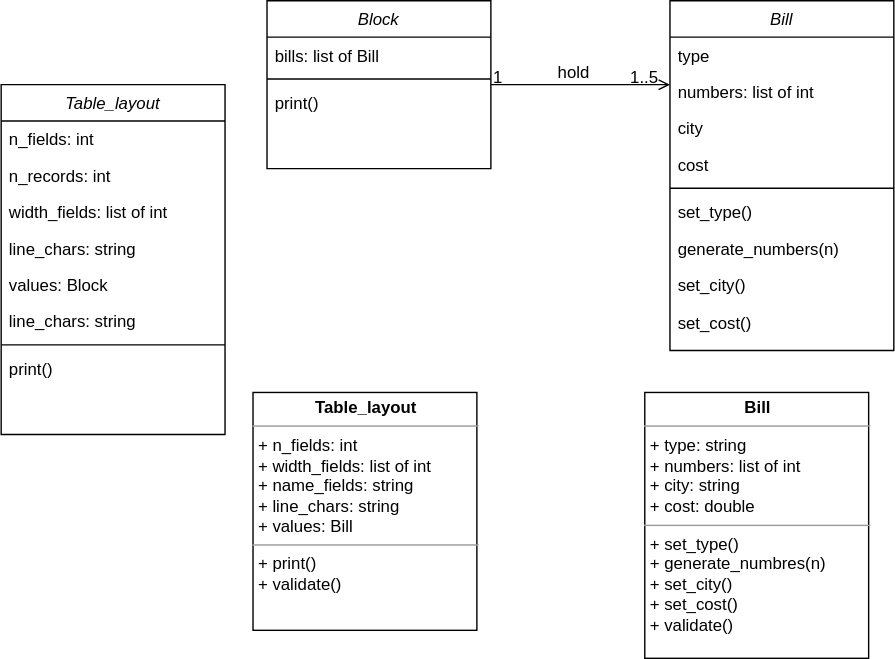
The draw.io diagram LottoDiagram_prova.svg in marcucci-dev/workbook, before a commit. Source tidied: cells renumbered, new cells last; positions are measured from the earlier drawing's top-left corner, leaving out a move shared by most shapes. Its diagram source:
```xml
<mxGraphModel>
  <root>
    <mxCell id="0" />
    <mxCell id="1" parent="0" />
    <mxCell id="2" value="Block" style="swimlane;fontStyle=2;align=center;verticalAlign=top;horizontal=1;startSize=26;rounded=0;shadow=0;strokeWidth=1;" parent="1" vertex="1">
      <mxGeometry x="190" width="160" height="120" as="geometry" />
    </mxCell>
    <mxCell id="3" value="bills: list of Bill" style="text;align=left;verticalAlign=top;spacingLeft=4;spacingRight=4;overflow=hidden;" parent="2" vertex="1">
      <mxGeometry y="26" width="160" height="26" as="geometry" />
    </mxCell>
    <mxCell id="4" style="line;html=1;strokeWidth=1;align=left;verticalAlign=middle;spacingTop=-1;spacingLeft=3;spacingRight=3;labelPosition=right;" parent="2" vertex="1">
      <mxGeometry y="52" width="160" height="8" as="geometry" />
    </mxCell>
    <mxCell id="5" value="print()" style="text;align=left;verticalAlign=top;spacingLeft=4;spacingRight=4;overflow=hidden;" parent="2" vertex="1">
      <mxGeometry y="60" width="160" height="26" as="geometry" />
    </mxCell>
    <mxCell id="6" value="Table_layout" style="swimlane;fontStyle=2;align=center;verticalAlign=top;horizontal=1;startSize=26;rounded=0;shadow=0;strokeWidth=1;" parent="1" vertex="1">
      <mxGeometry y="60" width="160" height="250" as="geometry" />
    </mxCell>
    <mxCell id="7" value="n_fields: int" style="text;align=left;verticalAlign=top;spacingLeft=4;spacingRight=4;overflow=hidden;" parent="6" vertex="1">
      <mxGeometry y="26" width="160" height="26" as="geometry" />
    </mxCell>
    <mxCell id="8" value="n_records: int" style="text;align=left;verticalAlign=top;spacingLeft=4;spacingRight=4;overflow=hidden;rounded=0;shadow=0;html=0;" parent="6" vertex="1">
      <mxGeometry y="52" width="160" height="26" as="geometry" />
    </mxCell>
    <mxCell id="9" value="width_fields: list of int" style="text;align=left;verticalAlign=top;spacingLeft=4;spacingRight=4;overflow=hidden;fontStyle=0;" parent="6" vertex="1">
      <mxGeometry y="78" width="160" height="26" as="geometry" />
    </mxCell>
    <mxCell id="10" value="line_chars: string" style="text;align=left;verticalAlign=top;spacingLeft=4;spacingRight=4;overflow=hidden;" parent="6" vertex="1">
      <mxGeometry y="104" width="160" height="26" as="geometry" />
    </mxCell>
    <mxCell id="11" value="values: Block" style="text;align=left;verticalAlign=top;spacingLeft=4;spacingRight=4;overflow=hidden;" parent="6" vertex="1">
      <mxGeometry y="130" width="160" height="26" as="geometry" />
    </mxCell>
    <mxCell id="12" value="line_chars: string" style="text;align=left;verticalAlign=top;spacingLeft=4;spacingRight=4;overflow=hidden;" parent="6" vertex="1">
      <mxGeometry y="156" width="160" height="26" as="geometry" />
    </mxCell>
    <mxCell id="13" style="line;html=1;strokeWidth=1;align=left;verticalAlign=middle;spacingTop=-1;spacingLeft=3;spacingRight=3;labelPosition=right;" parent="6" vertex="1">
      <mxGeometry y="182" width="160" height="8" as="geometry" />
    </mxCell>
    <mxCell id="14" value="print()" style="text;align=left;verticalAlign=top;spacingLeft=4;spacingRight=4;overflow=hidden;" parent="6" vertex="1">
      <mxGeometry y="190" width="160" height="26" as="geometry" />
    </mxCell>
    <mxCell id="15" value="Bill" style="swimlane;fontStyle=2;align=center;verticalAlign=top;horizontal=1;startSize=26;rounded=0;shadow=0;strokeWidth=1;" parent="1" vertex="1">
      <mxGeometry x="478" width="160" height="250" as="geometry" />
    </mxCell>
    <mxCell id="16" value="type" style="text;align=left;verticalAlign=top;spacingLeft=4;spacingRight=4;overflow=hidden;" parent="15" vertex="1">
      <mxGeometry y="26" width="160" height="26" as="geometry" />
    </mxCell>
    <mxCell id="17" value="numbers: list of int" style="text;align=left;verticalAlign=top;spacingLeft=4;spacingRight=4;overflow=hidden;rounded=0;shadow=0;html=0;" parent="15" vertex="1">
      <mxGeometry y="52" width="160" height="26" as="geometry" />
    </mxCell>
    <mxCell id="18" value="city" style="text;align=left;verticalAlign=top;spacingLeft=4;spacingRight=4;overflow=hidden;rounded=0;shadow=0;html=0;" parent="15" vertex="1">
      <mxGeometry y="78" width="160" height="26" as="geometry" />
    </mxCell>
    <mxCell id="19" value="cost" style="text;align=left;verticalAlign=top;spacingLeft=4;spacingRight=4;overflow=hidden;rounded=0;shadow=0;html=0;" parent="15" vertex="1">
      <mxGeometry y="104" width="160" height="26" as="geometry" />
    </mxCell>
    <mxCell id="20" style="line;html=1;strokeWidth=1;align=left;verticalAlign=middle;spacingTop=-1;spacingLeft=3;spacingRight=3;labelPosition=right;" parent="15" vertex="1">
      <mxGeometry y="130" width="160" height="8" as="geometry" />
    </mxCell>
    <mxCell id="21" value="set_type()" style="text;align=left;verticalAlign=top;spacingLeft=4;spacingRight=4;overflow=hidden;rounded=0;shadow=0;html=0;" parent="15" vertex="1">
      <mxGeometry y="138" width="160" height="26" as="geometry" />
    </mxCell>
    <mxCell id="22" value="generate_numbers(n)" style="text;align=left;verticalAlign=top;spacingLeft=4;spacingRight=4;overflow=hidden;" parent="15" vertex="1">
      <mxGeometry y="164" width="160" height="26" as="geometry" />
    </mxCell>
    <mxCell id="23" value="set_city()" style="text;align=left;verticalAlign=top;spacingLeft=4;spacingRight=4;overflow=hidden;" parent="15" vertex="1">
      <mxGeometry y="190" width="160" height="26" as="geometry" />
    </mxCell>
    <mxCell id="24" style="endArrow=open;shadow=0;strokeWidth=1;rounded=0;endFill=1;edgeStyle=elbowEdgeStyle;elbow=vertical;" parent="1" edge="1" source="2" target="15">
      <mxGeometry x="0.5" y="41" relative="1" as="geometry">
        <mxPoint x="-40" y="32" as="offset" />
      </mxGeometry>
    </mxCell>
    <mxCell id="25" value="1" style="align=left;verticalAlign=bottom;labelBackgroundColor=none;fontSize=12;" parent="24" vertex="1">
      <mxGeometry x="-1" relative="1" as="geometry">
        <mxPoint y="3" as="offset" />
      </mxGeometry>
    </mxCell>
    <mxCell id="26" value="1..5" style="align=right;verticalAlign=bottom;labelBackgroundColor=none;fontSize=12;" parent="24" vertex="1">
      <mxGeometry x="1" relative="1" as="geometry">
        <mxPoint x="-7" y="3" as="offset" />
      </mxGeometry>
    </mxCell>
    <mxCell id="27" value="hold" style="text;html=1;align=center;verticalAlign=middle;labelBackgroundColor=none;rounded=0;shadow=0;strokeWidth=1;fontSize=12;" parent="24" vertex="1">
      <mxGeometry x="0.5" y="49" relative="1" as="geometry">
        <mxPoint x="-38" y="40" as="offset" />
      </mxGeometry>
    </mxCell>
    <mxCell id="28" value="set_cost()" style="text;align=left;verticalAlign=top;spacingLeft=4;spacingRight=4;overflow=hidden;" parent="1" vertex="1">
      <mxGeometry x="478" y="217" width="160" height="27" as="geometry" />
    </mxCell>
    <mxCell id="29" value="&lt;p style=&quot;margin: 0px ; margin-top: 4px ; text-align: center&quot;&gt;&lt;b&gt;Bill&lt;/b&gt;&lt;/p&gt;&lt;hr size=&quot;1&quot;&gt;&lt;p style=&quot;margin: 0px ; margin-left: 4px&quot;&gt;+ type: string&lt;/p&gt;&lt;p style=&quot;margin: 0px ; margin-left: 4px&quot;&gt;+ numbers: list of int&lt;/p&gt;&lt;p style=&quot;margin: 0px ; margin-left: 4px&quot;&gt;+ city: string&lt;br&gt;&lt;/p&gt;&lt;p style=&quot;margin: 0px ; margin-left: 4px&quot;&gt;+ cost: double&lt;br&gt;&lt;/p&gt;&lt;hr size=&quot;1&quot;&gt;&lt;p style=&quot;margin: 0px ; margin-left: 4px&quot;&gt;+ set_type()&lt;br&gt;&lt;/p&gt;&lt;p style=&quot;margin: 0px ; margin-left: 4px&quot;&gt;+ generate_numbres(n)&lt;/p&gt;&lt;p style=&quot;margin: 0px ; margin-left: 4px&quot;&gt;+ set_city()&lt;/p&gt;&lt;p style=&quot;margin: 0px ; margin-left: 4px&quot;&gt;+ set_cost()&lt;/p&gt;&lt;p style=&quot;margin: 0px ; margin-left: 4px&quot;&gt;+ validate()&lt;br&gt;&lt;/p&gt;&lt;p style=&quot;margin: 0px ; margin-left: 4px&quot;&gt;&lt;br&gt;&lt;/p&gt;" style="verticalAlign=top;align=left;overflow=fill;fontSize=12;fontFamily=Helvetica;html=1;" parent="1" vertex="1">
      <mxGeometry x="460" y="280" width="160" height="190" as="geometry" />
    </mxCell>
    <mxCell id="30" value="&lt;p style=&quot;margin: 0px ; margin-top: 4px ; text-align: center&quot;&gt;&lt;b&gt;Table_layout&lt;/b&gt;&lt;/p&gt;&lt;hr size=&quot;1&quot;&gt;&lt;p style=&quot;margin: 0px ; margin-left: 4px&quot;&gt;+ n_fields: int&lt;/p&gt;&lt;p style=&quot;margin: 0px ; margin-left: 4px&quot;&gt;+ width_fields: list of int&lt;/p&gt;&lt;p style=&quot;margin: 0px ; margin-left: 4px&quot;&gt;+ name_fields: string&lt;br&gt;&lt;/p&gt;&lt;p style=&quot;margin: 0px ; margin-left: 4px&quot;&gt;+ line_chars: string&lt;br&gt;&lt;/p&gt;&lt;p style=&quot;margin: 0px ; margin-left: 4px&quot;&gt;+ values: Bill&lt;br&gt;&lt;/p&gt;&lt;hr size=&quot;1&quot;&gt;&lt;p style=&quot;margin: 0px ; margin-left: 4px&quot;&gt;+ print()&lt;br&gt;&lt;/p&gt;&lt;p style=&quot;margin: 0px ; margin-left: 4px&quot;&gt;+ validate()&lt;br&gt;&lt;/p&gt;&lt;p style=&quot;margin: 0px ; margin-left: 4px&quot;&gt;&lt;br&gt;&lt;/p&gt;" style="verticalAlign=top;align=left;overflow=fill;fontSize=12;fontFamily=Helvetica;html=1;" parent="1" vertex="1">
      <mxGeometry x="180" y="280" width="160" height="170" as="geometry" />
    </mxCell>
  </root>
</mxGraphModel>
```
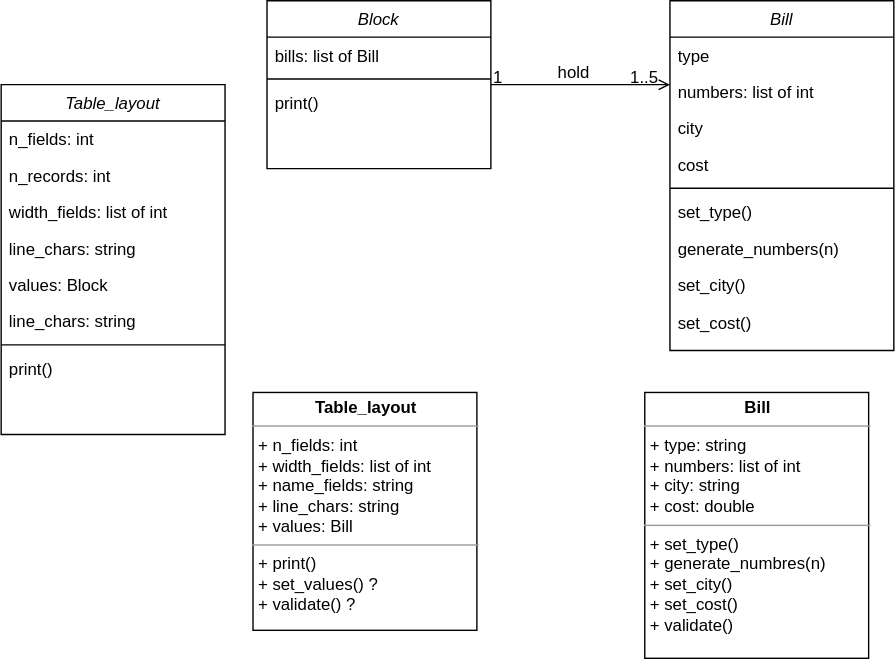
The same diagram one commit later.

Change to the diagram source:
```diff
@@ -94,7 +94,7 @@
     <mxCell id="29" value="&lt;p style=&quot;margin: 0px ; margin-top: 4px ; text-align: center&quot;&gt;&lt;b&gt;Bill&lt;/b&gt;&lt;/p&gt;&lt;hr size=&quot;1&quot;&gt;&lt;p style=&quot;margin: 0px ; margin-left: 4px&quot;&gt;+ type: string&lt;/p&gt;&lt;p style=&quot;margin: 0px ; margin-left: 4px&quot;&gt;+ numbers: list of int&lt;/p&gt;&lt;p style=&quot;margin: 0px ; margin-left: 4px&quot;&gt;+ city: string&lt;br&gt;&lt;/p&gt;&lt;p style=&quot;margin: 0px ; margin-left: 4px&quot;&gt;+ cost: double&lt;br&gt;&lt;/p&gt;&lt;hr size=&quot;1&quot;&gt;&lt;p style=&quot;margin: 0px ; margin-left: 4px&quot;&gt;+ set_type()&lt;br&gt;&lt;/p&gt;&lt;p style=&quot;margin: 0px ; margin-left: 4px&quot;&gt;+ generate_numbres(n)&lt;/p&gt;&lt;p style=&quot;margin: 0px ; margin-left: 4px&quot;&gt;+ set_city()&lt;/p&gt;&lt;p style=&quot;margin: 0px ; margin-left: 4px&quot;&gt;+ set_cost()&lt;/p&gt;&lt;p style=&quot;margin: 0px ; margin-left: 4px&quot;&gt;+ validate()&lt;br&gt;&lt;/p&gt;&lt;p style=&quot;margin: 0px ; margin-left: 4px&quot;&gt;&lt;br&gt;&lt;/p&gt;" style="verticalAlign=top;align=left;overflow=fill;fontSize=12;fontFamily=Helvetica;html=1;" parent="1" vertex="1">
       <mxGeometry x="460" y="280" width="160" height="190" as="geometry" />
     </mxCell>
-    <mxCell id="30" value="&lt;p style=&quot;margin: 0px ; margin-top: 4px ; text-align: center&quot;&gt;&lt;b&gt;Table_layout&lt;/b&gt;&lt;/p&gt;&lt;hr size=&quot;1&quot;&gt;&lt;p style=&quot;margin: 0px ; margin-left: 4px&quot;&gt;+ n_fields: int&lt;/p&gt;&lt;p style=&quot;margin: 0px ; margin-left: 4px&quot;&gt;+ width_fields: list of int&lt;/p&gt;&lt;p style=&quot;margin: 0px ; margin-left: 4px&quot;&gt;+ name_fields: string&lt;br&gt;&lt;/p&gt;&lt;p style=&quot;margin: 0px ; margin-left: 4px&quot;&gt;+ line_chars: string&lt;br&gt;&lt;/p&gt;&lt;p style=&quot;margin: 0px ; margin-left: 4px&quot;&gt;+ values: Bill&lt;br&gt;&lt;/p&gt;&lt;hr size=&quot;1&quot;&gt;&lt;p style=&quot;margin: 0px ; margin-left: 4px&quot;&gt;+ print()&lt;br&gt;&lt;/p&gt;&lt;p style=&quot;margin: 0px ; margin-left: 4px&quot;&gt;+ validate()&lt;br&gt;&lt;/p&gt;&lt;p style=&quot;margin: 0px ; margin-left: 4px&quot;&gt;&lt;br&gt;&lt;/p&gt;" style="verticalAlign=top;align=left;overflow=fill;fontSize=12;fontFamily=Helvetica;html=1;" parent="1" vertex="1">
+    <mxCell id="30" value="&lt;p style=&quot;margin: 0px ; margin-top: 4px ; text-align: center&quot;&gt;&lt;b&gt;Table_layout&lt;/b&gt;&lt;/p&gt;&lt;hr size=&quot;1&quot;&gt;&lt;p style=&quot;margin: 0px ; margin-left: 4px&quot;&gt;+ n_fields: int&lt;/p&gt;&lt;p style=&quot;margin: 0px ; margin-left: 4px&quot;&gt;+ width_fields: list of int&lt;/p&gt;&lt;p style=&quot;margin: 0px ; margin-left: 4px&quot;&gt;+ name_fields: string&lt;br&gt;&lt;/p&gt;&lt;p style=&quot;margin: 0px ; margin-left: 4px&quot;&gt;+ line_chars: string&lt;br&gt;&lt;/p&gt;&lt;p style=&quot;margin: 0px ; margin-left: 4px&quot;&gt;+ values: Bill&lt;br&gt;&lt;/p&gt;&lt;hr size=&quot;1&quot;&gt;&lt;p style=&quot;margin: 0px ; margin-left: 4px&quot;&gt;+ print()&lt;/p&gt;&lt;p style=&quot;margin: 0px ; margin-left: 4px&quot;&gt;+ set_values() ?&lt;br&gt;&lt;/p&gt;&lt;p style=&quot;margin: 0px ; margin-left: 4px&quot;&gt;+ validate() ?&lt;br&gt;&lt;/p&gt;&lt;p style=&quot;margin: 0px ; margin-left: 4px&quot;&gt;&lt;br&gt;&lt;/p&gt;" style="verticalAlign=top;align=left;overflow=fill;fontSize=12;fontFamily=Helvetica;html=1;" parent="1" vertex="1">
       <mxGeometry x="180" y="280" width="160" height="170" as="geometry" />
     </mxCell>
   </root>
```
